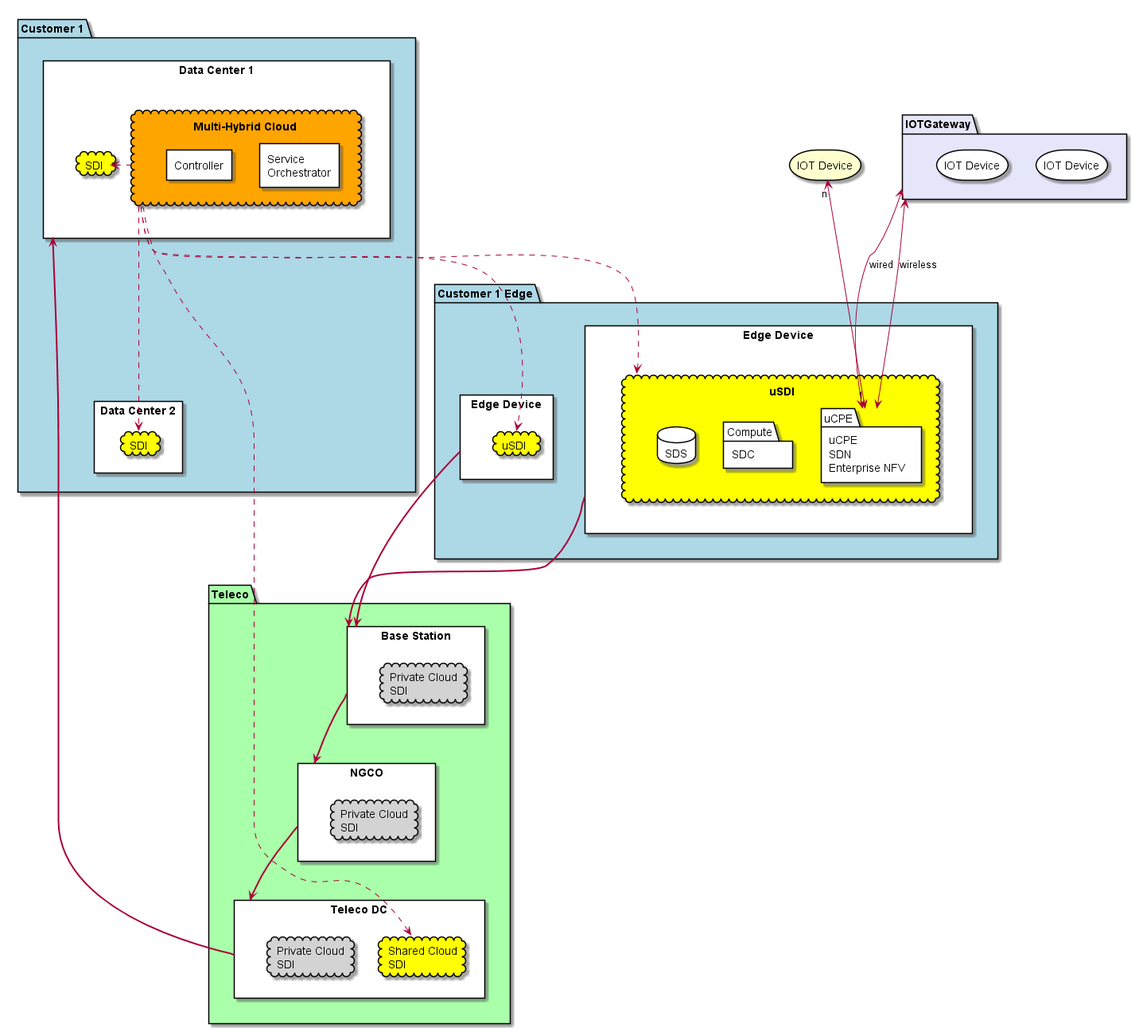
Earlier version of the PlantUML export docs/Architecture.png (CAADE/edgeville).
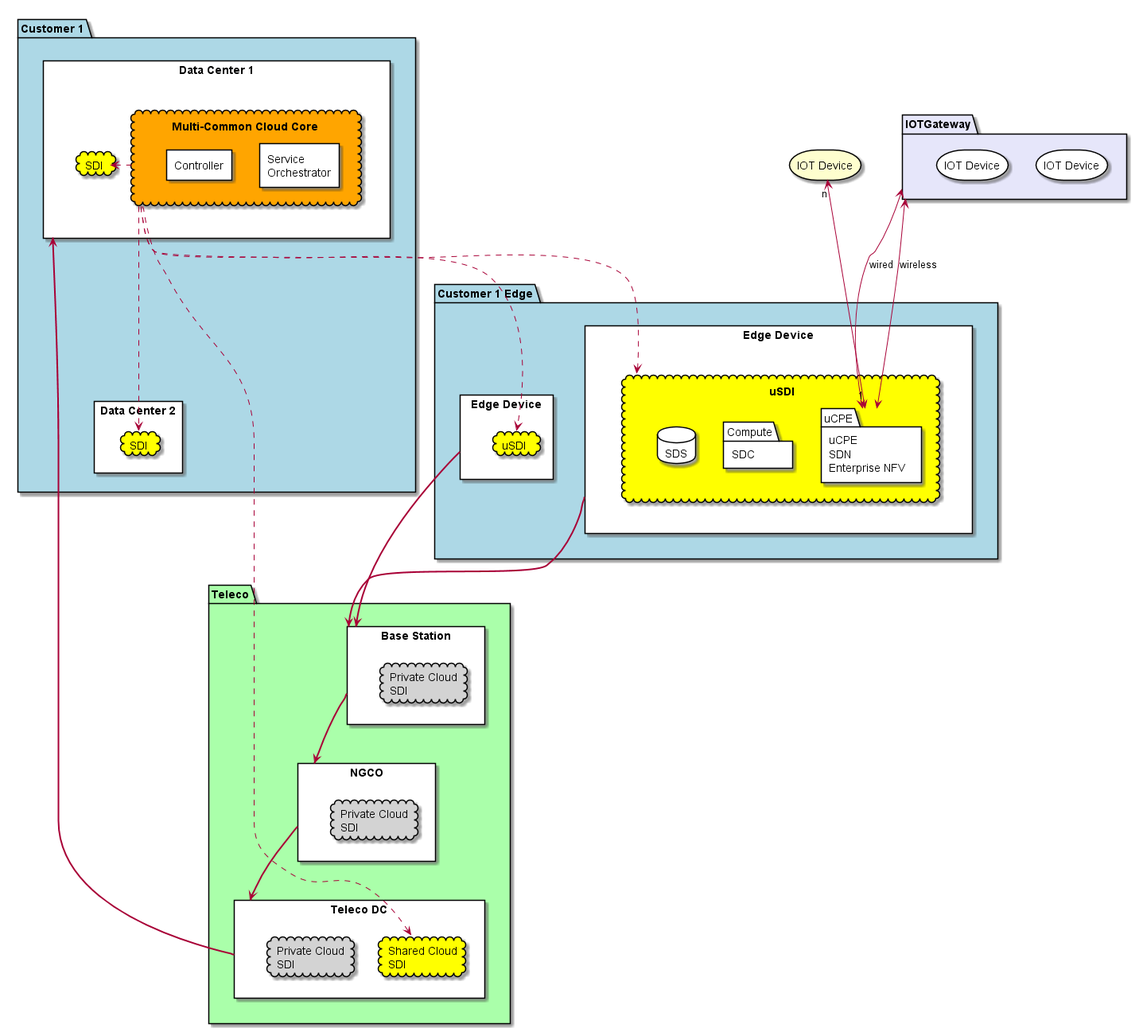
After the commit.

The edit, as a diff of the source:
```diff
@@ -2,7 +2,7 @@
 
 package "Customer 1" as C1 #lightblue {
   rectangle "Data Center 1" as DC1 #white {
-    cloud "Multi-Hybrid Cloud" as HC #orange {
+    cloud "Multi-Common Cloud Core" as HC #orange {
       rectangle "Service\nOrchestrator" #white
       rectangle "Controller" #white
     }
```
